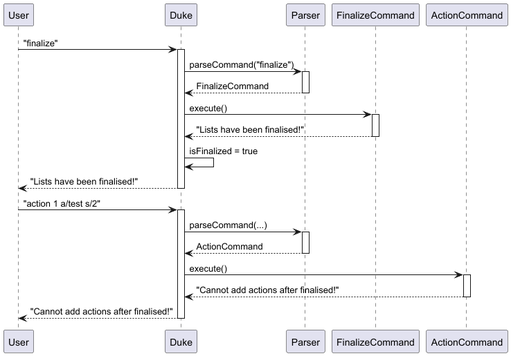
Earlier version of the PlantUML export docs/diagrams/FinalizeSequenceDiagram.png (Aurosky/tp). Source of this version:
```plantuml
@startuml

participant User
participant Duke
participant Parser
participant FinalizeCommand
participant ActionCommand

User -> Duke: "finalize"
activate Duke

Duke -> Parser: parseCommand("finalize")
activate Parser
Parser --> Duke: FinalizeCommand
deactivate Parser

Duke -> FinalizeCommand: execute()
activate FinalizeCommand
FinalizeCommand --> Duke: "Lists have been finalised!"
deactivate FinalizeCommand

Duke -> Duke: isFinalized = true
Duke --> User: "Lists have been finalised!"
deactivate Duke

User -> Duke: "action 1 a/test s/2"
activate Duke
Duke -> Parser: parseCommand(...)
activate Parser
Parser --> Duke: ActionCommand
deactivate Parser

Duke -> ActionCommand: execute()
activate ActionCommand
ActionCommand --> Duke: "Cannot add actions after finalised!"
deactivate ActionCommand

Duke --> User: "Cannot add actions after finalised!"
deactivate Duke

@enduml
```
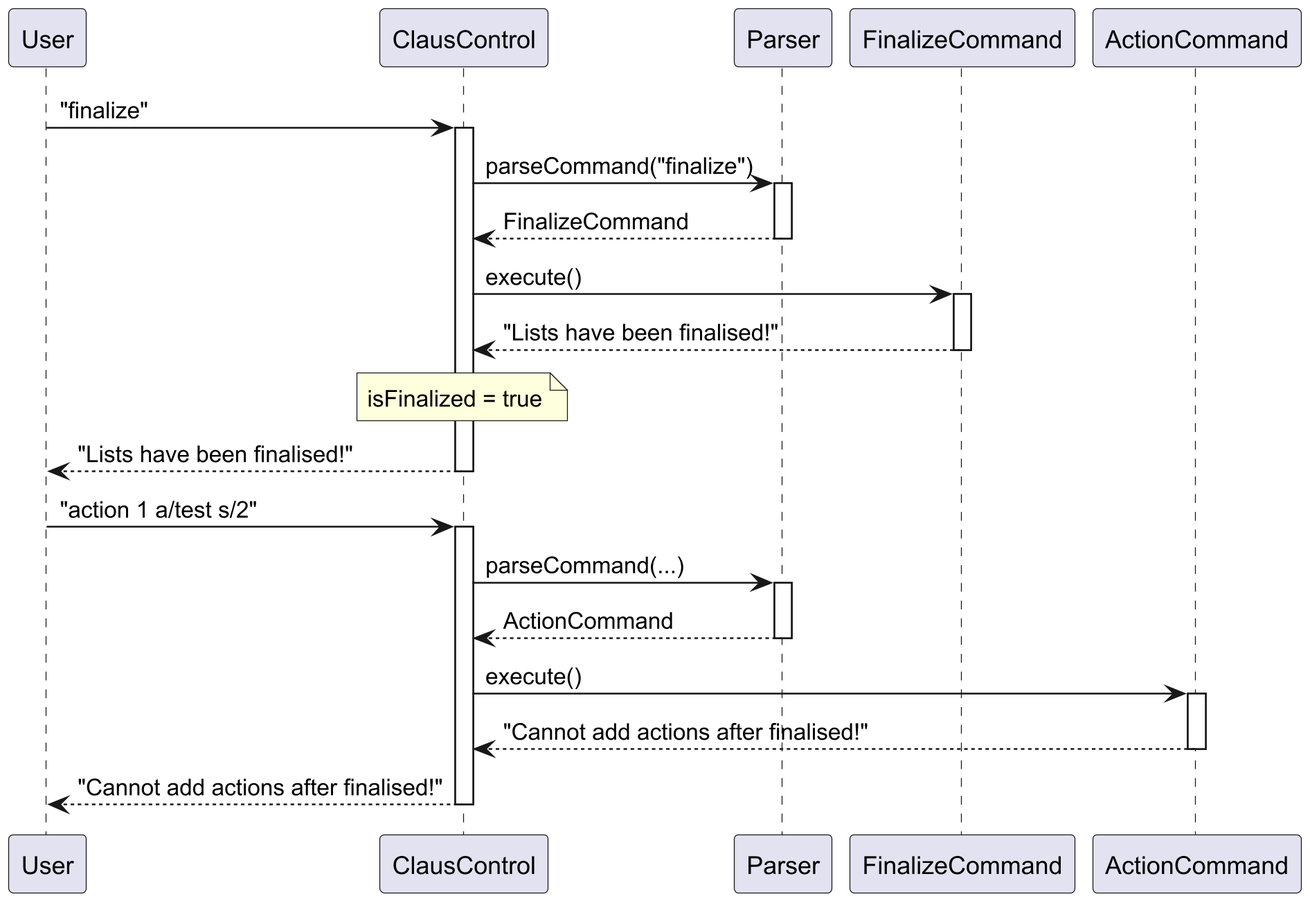
Above is the later version.

What changed in the source:
```diff
@@ -1,41 +1,44 @@
 @startuml
+skinparam dpi 600
 
 participant User
-participant Duke
+participant ClausControl
 participant Parser
 participant FinalizeCommand
 participant ActionCommand
 
-User -> Duke: "finalize"
-activate Duke
+User -> ClausControl: "finalize"
+activate ClausControl
 
-Duke -> Parser: parseCommand("finalize")
+ClausControl -> Parser: parseCommand("finalize")
 activate Parser
-Parser --> Duke: FinalizeCommand
+Parser --> ClausControl: FinalizeCommand
 deactivate Parser
 
-Duke -> FinalizeCommand: execute()
+ClausControl -> FinalizeCommand: execute()
 activate FinalizeCommand
-FinalizeCommand --> Duke: "Lists have been finalised!"
+FinalizeCommand --> ClausControl: "Lists have been finalised!"
 deactivate FinalizeCommand
 
-Duke -> Duke: isFinalized = true
-Duke --> User: "Lists have been finalised!"
-deactivate Duke
+note over ClausControl : isFinalized = true
 
-User -> Duke: "action 1 a/test s/2"
-activate Duke
-Duke -> Parser: parseCommand(...)
+ClausControl --> User: "Lists have been finalised!"
+deactivate ClausControl
+
+User -> ClausControl: "action 1 a/test s/2"
+activate ClausControl
+
+ClausControl -> Parser: parseCommand(...)
 activate Parser
-Parser --> Duke: ActionCommand
+Parser --> ClausControl: ActionCommand
 deactivate Parser
 
-Duke -> ActionCommand: execute()
+ClausControl -> ActionCommand: execute()
 activate ActionCommand
-ActionCommand --> Duke: "Cannot add actions after finalised!"
+ActionCommand --> ClausControl: "Cannot add actions after finalised!"
 deactivate ActionCommand
 
-Duke --> User: "Cannot add actions after finalised!"
-deactivate Duke
+ClausControl --> User: "Cannot add actions after finalised!"
+deactivate ClausControl
 
 @enduml
```
